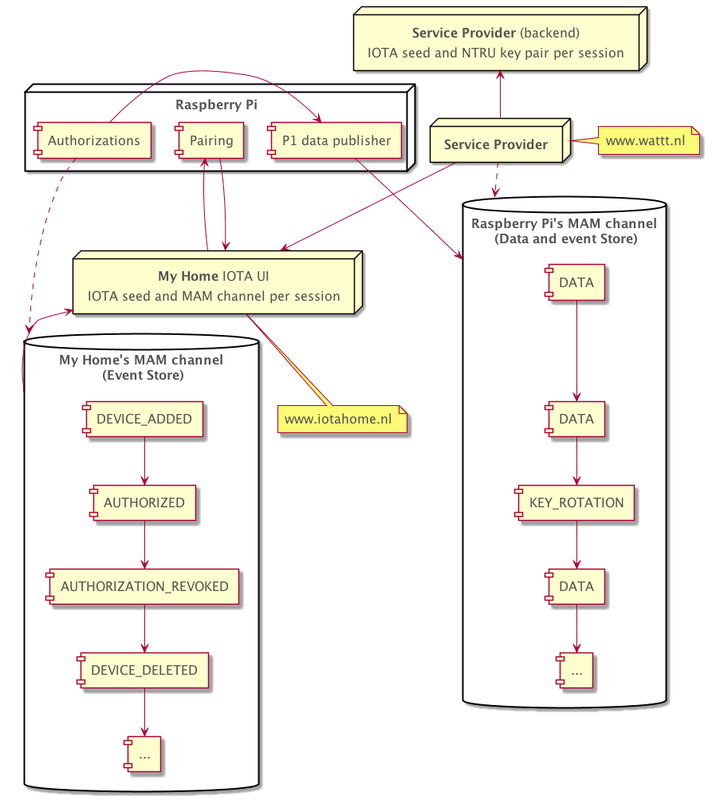
Above: docs/assets/component-diagram.png in alliander-opensource/decentralized-auth (PlantUML), before the change.
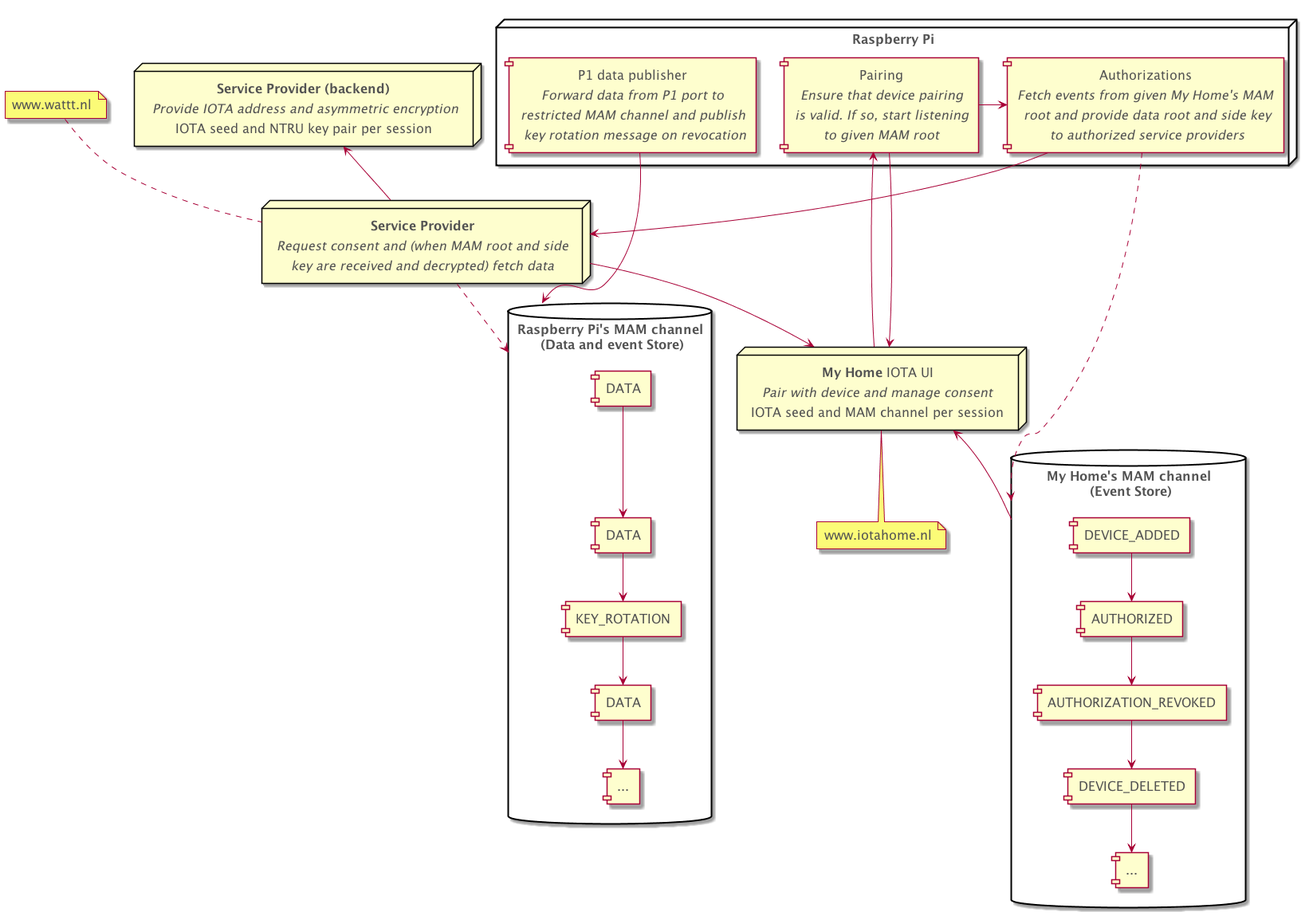
After the commit.

Commit message:
doc: more information in component diagram

- Connections between components
- Descriptions of components

Change to the diagram source:
```diff
@@ -11,18 +11,18 @@
 }
 
 node "**Raspberry Pi**" {
-   [P1 data publisher] as device
-   [Pairing] as device_pairing_module
-   [Authorizations] as device_auth_module
-   device_auth_module -> device
+  [P1 data publisher\n//Forward data from P1 port to//\n //restricted MAM channel and publish//\n// key rotation message on revocation//] as device
+   [Authorizations\n//Fetch events from given My Home's MAM//\n// root and provide data root and side key//\n// to authorized service providers//] as device_auth_module
+   [Pairing\n//Ensure that device pairing//\n//is valid. If so, start listening//\n//to given MAM root//] as device_pairing_module
+   device_auth_module <- device_pairing_module
 }
 
-node "**Service Provider** (backend)\nIOTA seed and NTRU key pair per session" as service_provider_backend
+node "**Service Provider (backend)**\n // Provide IOTA address and asymmetric encryption//\nIOTA seed and NTRU key pair per session" as service_provider_backend
 
-node "**Service Provider**" as service_provider
-note right of service_provider : www.wattt.nl
+node "**Service Provider**\n //Request consent and (when MAM root and side//\n//key are received and decrypted) fetch data//" as service_provider
+note top of service_provider : www.wattt.nl
 
-node "**My Home** IOTA UI \n IOTA seed and MAM channel per session" as my_home
+node "**My Home** IOTA UI\n//Pair with device and manage consent//\n IOTA seed and MAM channel per session" as my_home
 note bottom of my_home : www.iotahome.nl
 
 database "**Raspberry Pi**'s MAM channel\n (Data and event Store)" as device_mam {
@@ -47,6 +47,7 @@
 
 device --> device_mam
 device_auth_module ..> my_home_mam
+device_auth_module --> service_provider
 
 service_provider_backend <-- service_provider
 
```
